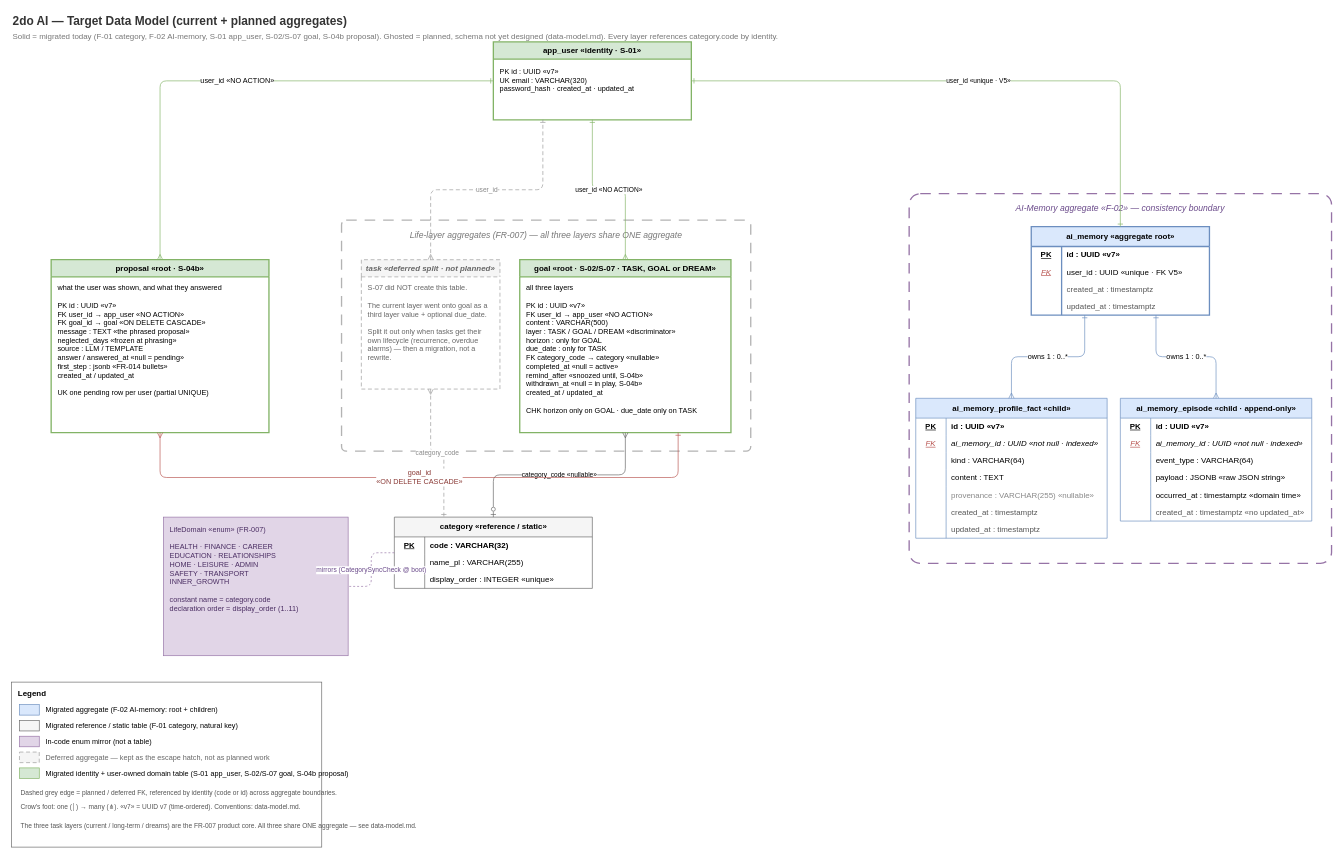
TheDariusz/2doai keeps this draw.io diagram as context/foundation/data-model-target.drawio. Above is the earlier version. Source tidied: cells renumbered, new cells numbered last; positions are measured from the earlier drawing's top-left corner, leaving out a move shared by most shapes. Both pictures are drawn from the tidied source at 66%, with x=0, y=0 at pixel (11, 11).
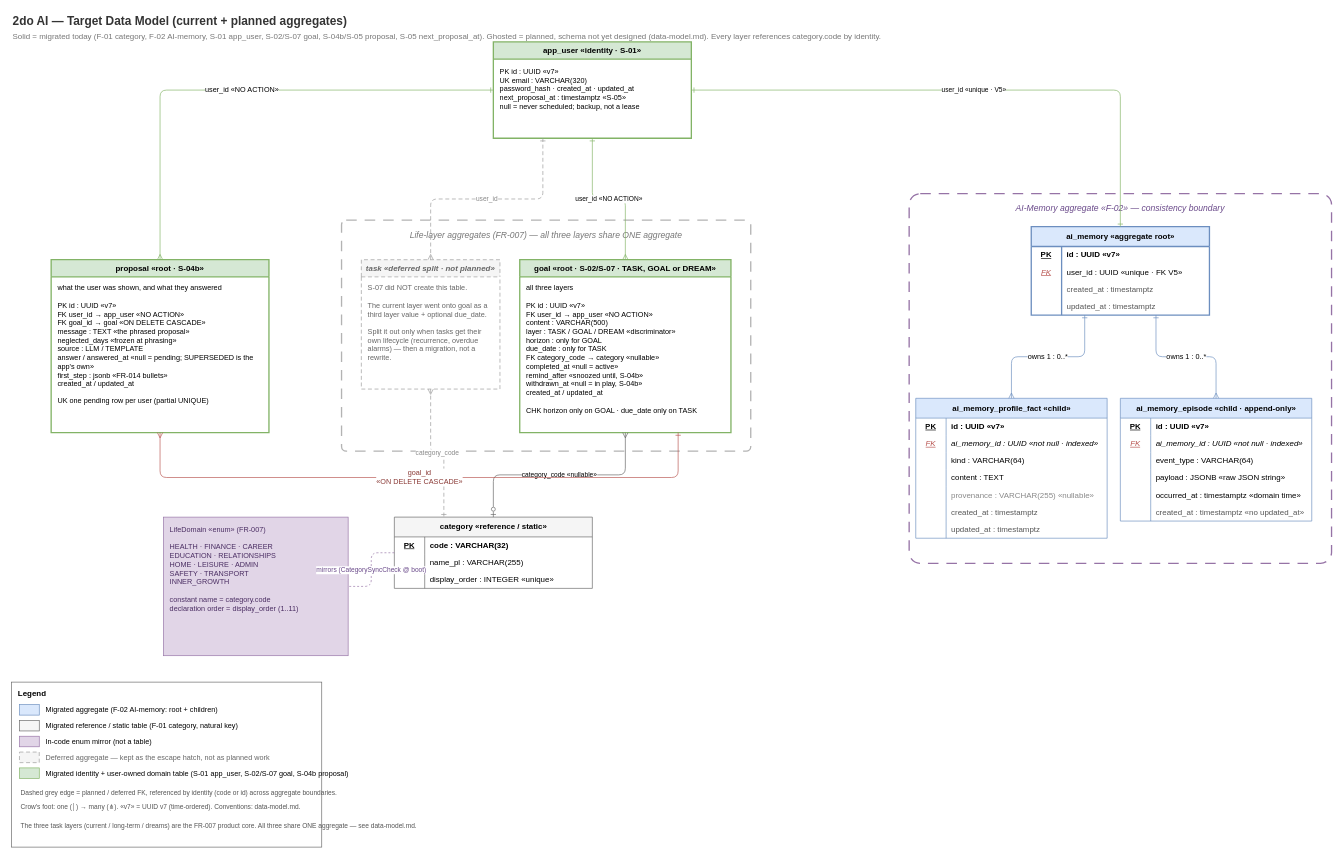
The same page after the edit.

Unchanged cells that the change refers to:
```xml
<mxCell id="85" value="proposal   «root · S-04b»" style="swimlane;startSize=26;html=1;fillColor=#d5e8d4;strokeColor=#82b366;strokeWidth=2;fontStyle=1;align=center;whiteSpace=wrap;" parent="1" vertex="1">
  <mxGeometry x="60" y="376" width="330" height="262" as="geometry" />
</mxCell>
```

The edit, as a diff of the source:
```diff
@@
-    <mxCell id="3" value="Solid = migrated today (F-01 category, F-02 AI-memory, S-01 app_user, S-02/S-07 goal, S-04b proposal).   Ghosted = planned, schema not yet designed (data-model.md).   Every layer references category.code by identity." style="text;html=1;align=left;verticalAlign=middle;fontSize=12;fontColor=#777777;" parent="1" vertex="1">
+    <mxCell id="3" value="Solid = migrated today (F-01 category, F-02 AI-memory, S-01 app_user, S-02/S-07 goal, S-04b/S-05 proposal, S-05 next_proposal_at).   Ghosted = planned, schema not yet designed (data-model.md).   Every layer references category.code by identity." style="text;html=1;align=left;verticalAlign=middle;fontSize=12;fontColor=#777777;" parent="1" vertex="1">
       <mxGeometry y="28" width="1200" height="20" as="geometry" />
     </mxCell>
@@
     <mxCell id="6" value="app_user  «identity · S-01»" style="swimlane;startSize=26;html=1;fillColor=#d5e8d4;strokeColor=#82b366;strokeWidth=2;fontStyle=1;align=center;whiteSpace=wrap;" parent="1" vertex="1">
-      <mxGeometry x="730" y="46" width="300" height="118" as="geometry" />
+      <mxGeometry x="730" y="46" width="300" height="146" as="geometry" />
     </mxCell>
-    <mxCell id="7" value="PK   id : UUID «v7»&#10;UK   email : VARCHAR(320)&#10;         password_hash · created_at · updated_at" style="text;html=1;align=left;verticalAlign=top;spacingLeft=8;spacingTop=6;fontSize=11;whiteSpace=wrap;" parent="6" vertex="1">
-      <mxGeometry y="26" width="300" height="92" as="geometry" />
+    <mxCell id="7" value="PK   id : UUID «v7»&#10;UK   email : VARCHAR(320)&#10;         password_hash · created_at · updated_at&#10;         next_proposal_at : timestamptz  «S-05»&#10;         null = never scheduled; backup, not a lease" style="text;html=1;align=left;verticalAlign=top;spacingLeft=8;spacingTop=6;fontSize=11;whiteSpace=wrap;" parent="6" vertex="1">
+      <mxGeometry y="26" width="300" height="120" as="geometry" />
     </mxCell>
@@
-    <mxCell id="86" value="what the user was shown, and what they answered&#10;&#10;PK   id : UUID «v7»&#10;FK   user_id → app_user  «NO ACTION»&#10;FK   goal_id → goal  «ON DELETE CASCADE»&#10;         message : TEXT  «the phrased proposal»&#10;         neglected_days  «frozen at phrasing»&#10;         source : LLM / TEMPLATE&#10;         answer / answered_at  «null = pending»&#10;         first_step : jsonb  «FR-014 bullets»&#10;         created_at / updated_at&#10;&#10;UK   one pending row per user  (partial UNIQUE)" style="text;html=1;align=left;verticalAlign=top;spacingLeft=8;spacingTop=4;fontSize=11;whiteSpace=wrap;" parent="85" vertex="1">
+    <mxCell id="86" value="what the user was shown, and what they answered&#10;&#10;PK   id : UUID «v7»&#10;FK   user_id → app_user  «NO ACTION»&#10;FK   goal_id → goal  «ON DELETE CASCADE»&#10;         message : TEXT  «the phrased proposal»&#10;         neglected_days  «frozen at phrasing»&#10;         source : LLM / TEMPLATE&#10;         answer / answered_at  «null = pending; SUPERSEDED is the app's own»&#10;         first_step : jsonb  «FR-014 bullets»&#10;         created_at / updated_at&#10;&#10;UK   one pending row per user  (partial UNIQUE)" style="text;html=1;align=left;verticalAlign=top;spacingLeft=8;spacingTop=4;fontSize=11;whiteSpace=wrap;" parent="85" vertex="1">
       <mxGeometry y="26" width="330" height="236" as="geometry" />
     </mxCell>
```
